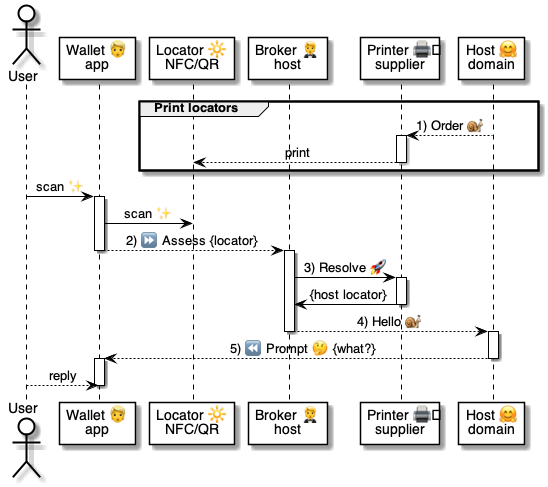
Before: 5 ⏩ Flows/90 🧑‍🦰👉 Wallets/15 👉🔆 Locators/.📎 Assets/⚙️🖨️ Printer QR.png, a diagram exported from PlantUML (pollyweb-org/pollyweb-docs). Its source is kept beside it as 5 ⏩ Flows/90 🧑‍🦰👉 Wallets/15 👉🔆 Locators/.📎 Assets/⚙️🖨️ Printer QR.puml.
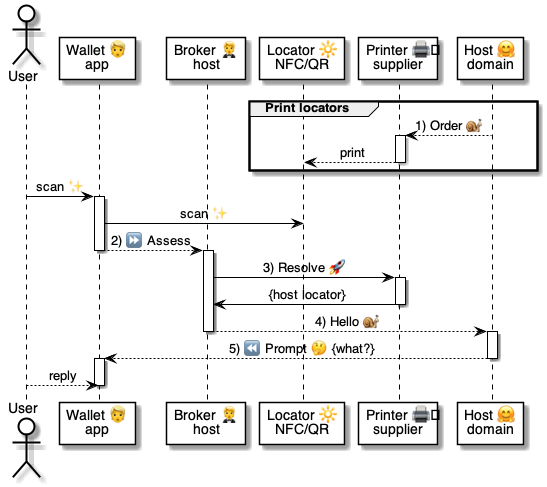
The same file after the commit.

Change to the diagram source:
```diff
@@ -3,9 +3,9 @@
 actor User as user
 
 participant "Wallet 👱\napp" as wallet
-participant "Locator 🔆\nNFC/QR" as qr
 participant "Broker 🤵\nhost" as broker
 
+participant "Locator 🔆\nNFC/QR" as qr
 participant "Printer 🖨️\nsupplier" as printer
 participant "Host 🤗\ndomain" as host
 
@@ -26,7 +26,7 @@
 
 activate wallet
   wallet -> qr: scan ✨
-  wallet --> broker: 2) ⏩ Assess {locator}
+  wallet --> broker: 2) ⏩ Assess
 deactivate wallet
 
 
```
